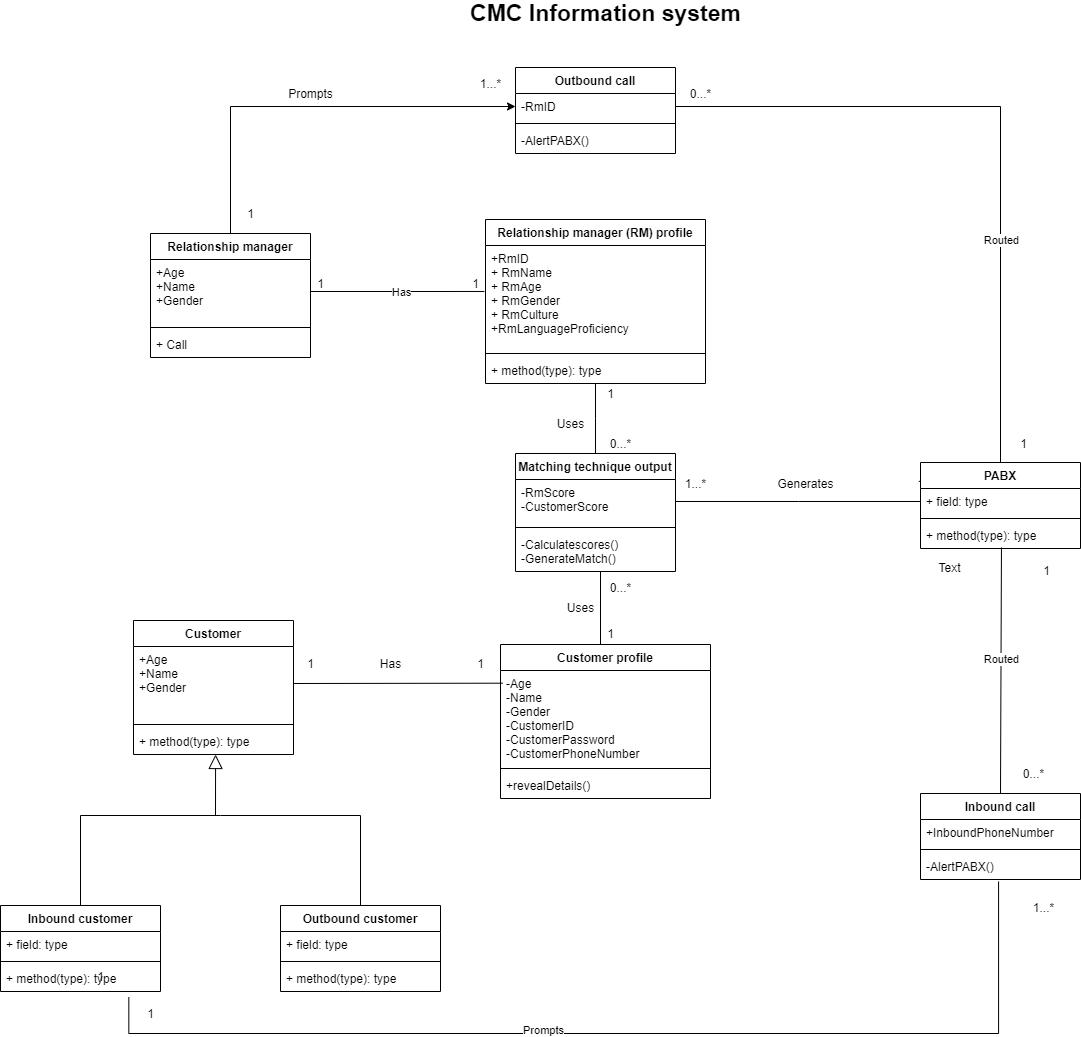
tharlon7/ADJMT keeps this draw.io diagram as Folder for workproducts and models/Class diagram final iteration by Arvin.png. Above is the earlier version. Source tidied: cells renumbered, new cells last; positions are measured from the earlier drawing's top-left corner, leaving out a move shared by most shapes.
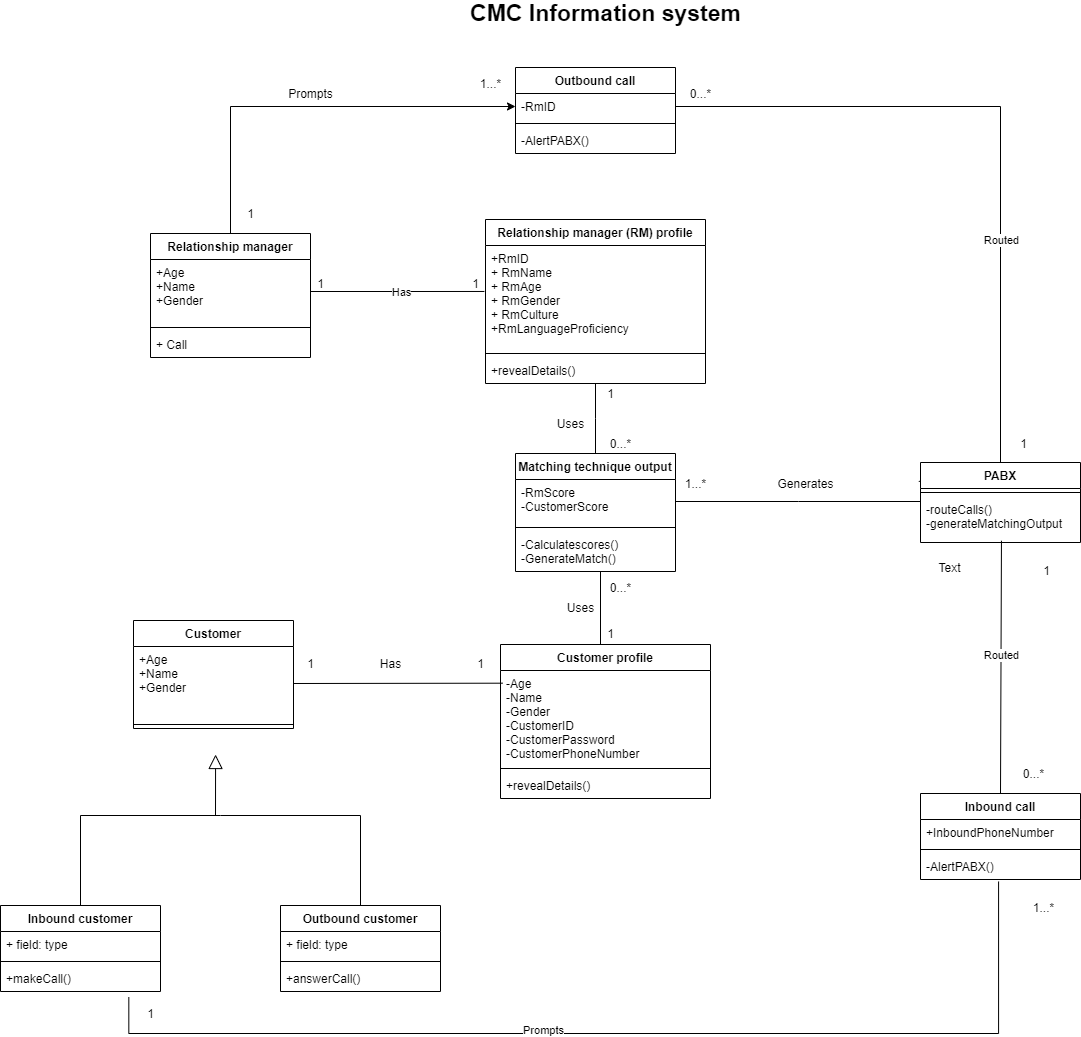
After the commit.

Commit message:
Fixed up errors with methods in come classes

The edit, as a diff of the source:
```diff
@@ -38,7 +38,7 @@
     <mxCell id="11" style="line;strokeWidth=1;fillColor=none;align=left;verticalAlign=middle;spacingTop=-1;spacingLeft=3;spacingRight=3;labelPosition=right;" parent="9" vertex="1">
       <mxGeometry y="130" width="220" height="8" as="geometry" />
     </mxCell>
-    <mxCell id="12" value="+ method(type): type" style="text;strokeColor=none;fillColor=none;align=left;verticalAlign=top;spacingLeft=4;spacingRight=4;overflow=hidden;points=[[0,0.5],[1,0.5]];portConstraint=eastwest;" parent="9" vertex="1">
+    <mxCell id="12" value="+revealDetails()" style="text;strokeColor=none;fillColor=none;align=left;verticalAlign=top;spacingLeft=4;spacingRight=4;overflow=hidden;points=[[0,0.5],[1,0.5]];portConstraint=eastwest;" parent="9" vertex="1">
       <mxGeometry y="138" width="220" height="26" as="geometry" />
     </mxCell>
     <mxCell id="13" value="1" style="text;html=1;align=center;verticalAlign=middle;" parent="1" vertex="1">
@@ -63,9 +63,10 @@
         </Array>
       </mxGeometry>
     </mxCell>
-    <mxCell id="17" style="endArrow=block;html=1;entryX=0.513;entryY=1;entryDx=0;entryDy=0;entryPerimeter=0;endFill=0;endSize=12;" parent="1" edge="1" target="81">
+    <mxCell id="17" style="endArrow=block;html=1;entryX=0.513;entryY=1;entryDx=0;entryDy=0;entryPerimeter=0;endFill=0;endSize=12;" parent="1" edge="1">
       <mxGeometry relative="1" as="geometry">
         <mxPoint x="215" y="812" as="sourcePoint" />
+        <mxPoint x="215.1" y="751" as="targetPoint" />
       </mxGeometry>
     </mxCell>
     <mxCell id="18" value="Outbound customer" style="swimlane;fontStyle=1;align=center;verticalAlign=top;horizontal=1;startSize=26;strokeColor=#000000;" parent="1" vertex="1">
@@ -77,7 +78,7 @@
     <mxCell id="20" style="line;strokeWidth=1;fillColor=none;align=left;verticalAlign=middle;spacingTop=-1;spacingLeft=3;spacingRight=3;labelPosition=right;" parent="18" vertex="1">
       <mxGeometry y="52" width="160" height="8" as="geometry" />
     </mxCell>
-    <mxCell id="21" value="+ method(type): type" style="text;strokeColor=none;fillColor=none;align=left;verticalAlign=top;spacingLeft=4;spacingRight=4;overflow=hidden;" parent="18" vertex="1">
+    <mxCell id="21" value="+answerCall()" style="text;strokeColor=none;fillColor=none;align=left;verticalAlign=top;spacingLeft=4;spacingRight=4;overflow=hidden;" parent="18" vertex="1">
       <mxGeometry y="60" width="160" height="26" as="geometry" />
     </mxCell>
     <mxCell id="22" value="Inbound customer" style="swimlane;fontStyle=1;align=center;verticalAlign=top;horizontal=1;startSize=26;strokeColor=#000000;" parent="1" vertex="1">
@@ -89,7 +90,7 @@
     <mxCell id="24" style="line;strokeWidth=1;fillColor=none;align=left;verticalAlign=middle;spacingTop=-1;spacingLeft=3;spacingRight=3;labelPosition=right;" parent="22" vertex="1">
       <mxGeometry y="52" width="160" height="8" as="geometry" />
     </mxCell>
-    <mxCell id="25" value="+ method(type): type" style="text;strokeColor=none;fillColor=none;align=left;verticalAlign=top;spacingLeft=4;spacingRight=4;overflow=hidden;points=[[0,0.5],[1,0.5]];portConstraint=eastwest;" parent="22" vertex="1">
+    <mxCell id="25" value="+makeCall()" style="text;strokeColor=none;fillColor=none;align=left;verticalAlign=top;spacingLeft=4;spacingRight=4;overflow=hidden;points=[[0,0.5],[1,0.5]];portConstraint=eastwest;" parent="22" vertex="1">
       <mxGeometry y="60" width="160" height="26" as="geometry" />
     </mxCell>
     <mxCell id="26" style="edgeStyle=elbowEdgeStyle;rounded=0;jettySize=auto;html=1;exitX=0.5;exitY=0;exitDx=0;exitDy=0;entryX=0.5;entryY=1;entryDx=0;entryDy=0;startArrow=none;startFill=0;endArrow=none;endFill=0;endSize=12;" parent="1" edge="1" source="72" target="37">
@@ -143,8 +144,10 @@
     <mxCell id="40" value="-Calculatescores()&#10;-GenerateMatch()" style="text;strokeColor=none;fillColor=none;align=left;verticalAlign=top;spacingLeft=4;spacingRight=4;overflow=hidden;" parent="37" vertex="1">
       <mxGeometry y="78" width="160" height="40" as="geometry" />
     </mxCell>
-    <mxCell id="41" style="edgeStyle=elbowEdgeStyle;rounded=0;jettySize=auto;html=1;exitX=1;exitY=0.5;exitDx=0;exitDy=0;entryX=0;entryY=0.5;entryDx=0;entryDy=0;startArrow=none;startFill=0;endArrow=none;endFill=0;endSize=12;" parent="1" edge="1" source="38" target="52">
-      <mxGeometry relative="1" as="geometry" />
+    <mxCell id="41" style="edgeStyle=elbowEdgeStyle;rounded=0;jettySize=auto;html=1;exitX=1;exitY=0.5;exitDx=0;exitDy=0;entryX=0;entryY=0.5;entryDx=0;entryDy=0;startArrow=none;startFill=0;endArrow=none;endFill=0;endSize=12;" parent="1" edge="1" source="38">
+      <mxGeometry relative="1" as="geometry">
+        <mxPoint x="920" y="498" as="targetPoint" />
+      </mxGeometry>
     </mxCell>
     <mxCell id="42" value="Generates" style="text;html=1;align=center;verticalAlign=middle;" parent="1" vertex="1">
       <mxGeometry x="770" y="470" width="70" height="20" as="geometry" />
@@ -174,16 +177,13 @@
       <mxGeometry x="600" y="430" width="40" height="20" as="geometry" />
     </mxCell>
     <mxCell id="51" value="PABX" style="swimlane;fontStyle=1;align=center;verticalAlign=top;horizontal=1;startSize=26;strokeColor=#000000;" parent="1" vertex="1">
-      <mxGeometry x="920" y="459" width="160" height="86" as="geometry" />
+      <mxGeometry x="920" y="459" width="160" height="80" as="geometry" />
     </mxCell>
-    <mxCell id="52" value="+ field: type" style="text;strokeColor=none;fillColor=none;align=left;verticalAlign=top;spacingLeft=4;spacingRight=4;overflow=hidden;points=[[0,0.5],[1,0.5]];portConstraint=eastwest;" parent="51" vertex="1">
-      <mxGeometry y="26" width="160" height="26" as="geometry" />
-    </mxCell>
     <mxCell id="53" style="line;strokeWidth=1;fillColor=none;align=left;verticalAlign=middle;spacingTop=-1;spacingLeft=3;spacingRight=3;labelPosition=right;" parent="51" vertex="1">
-      <mxGeometry y="52" width="160" height="8" as="geometry" />
+      <mxGeometry y="26" width="160" height="8" as="geometry" />
     </mxCell>
-    <mxCell id="54" value="+ method(type): type" style="text;strokeColor=none;fillColor=none;align=left;verticalAlign=top;spacingLeft=4;spacingRight=4;overflow=hidden;points=[[0,0.5],[1,0.5]];portConstraint=eastwest;" parent="51" vertex="1">
-      <mxGeometry y="60" width="160" height="26" as="geometry" />
+    <mxCell id="54" value="-routeCalls()&#10;-generateMatchingOutput" style="text;strokeColor=none;fillColor=none;align=left;verticalAlign=top;spacingLeft=4;spacingRight=4;overflow=hidden;points=[[0,0.5],[1,0.5]];portConstraint=eastwest;" parent="51" vertex="1">
+      <mxGeometry y="34" width="160" height="46" as="geometry" />
     </mxCell>
     <mxCell id="55" value="Inbound call" style="swimlane;fontStyle=1;align=center;verticalAlign=top;horizontal=1;startSize=26;strokeColor=#000000;" parent="1" vertex="1">
       <mxGeometry x="920" y="790" width="160" height="86" as="geometry" />
@@ -200,9 +200,6 @@
     <mxCell id="59" value="1...*" style="text;html=1;align=center;verticalAlign=middle;" parent="1" vertex="1">
       <mxGeometry x="1023" y="894" width="40" height="20" as="geometry" />
     </mxCell>
-    <mxCell id="60" value="1" style="text;html=1;align=center;verticalAlign=middle;" parent="1" vertex="1">
-      <mxGeometry x="90" y="963" width="20" height="20" as="geometry" />
-    </mxCell>
     <mxCell id="61" value="Prompts" style="text;html=1;align=center;verticalAlign=middle;" parent="1" vertex="1">
       <mxGeometry x="280" y="80" width="60" height="20" as="geometry" />
     </mxCell>
@@ -257,7 +254,7 @@
       <mxGeometry x="140" y="1000" width="20" height="20" as="geometry" />
     </mxCell>
     <mxCell id="78" value="Customer" style="swimlane;fontStyle=1;align=center;verticalAlign=top;horizontal=1;startSize=26;strokeColor=#000000;" parent="1" vertex="1">
-      <mxGeometry x="133" y="617" width="160" height="134" as="geometry" />
+      <mxGeometry x="133" y="617" width="160" height="108" as="geometry" />
     </mxCell>
     <mxCell id="79" value="+Age&#10;+Name&#10;+Gender" style="text;strokeColor=none;fillColor=none;align=left;verticalAlign=top;spacingLeft=4;spacingRight=4;overflow=hidden;points=[[0,0.5],[1,0.5]];portConstraint=eastwest;" parent="78" vertex="1">
       <mxGeometry y="26" width="160" height="74" as="geometry" />
@@ -265,9 +262,6 @@
     <mxCell id="80" style="line;strokeWidth=1;fillColor=none;align=left;verticalAlign=middle;spacingTop=-1;spacingLeft=3;spacingRight=3;labelPosition=right;" parent="78" vertex="1">
       <mxGeometry y="100" width="160" height="8" as="geometry" />
     </mxCell>
-    <mxCell id="81" value="+ method(type): type" style="text;strokeColor=none;fillColor=none;align=left;verticalAlign=top;spacingLeft=4;spacingRight=4;overflow=hidden;points=[[0,0.5],[1,0.5]];portConstraint=eastwest;" parent="78" vertex="1">
-      <mxGeometry y="108" width="160" height="26" as="geometry" />
-    </mxCell>
     <mxCell id="82" value="0...*" style="text;html=1;align=center;verticalAlign=middle;" parent="1" vertex="1">
       <mxGeometry x="680" y="80" width="40" height="20" as="geometry" />
     </mxCell>
```
